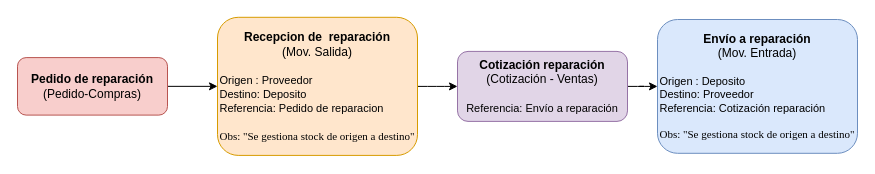
Before: page "Reparacion" (3 of 3) of Untitled Diagram.drawio in GJRusso/TMG, a draw.io diagram. Source tidied: cells renumbered, new cells numbered last; positions are measured from the earlier drawing's top-left corner, leaving out a move shared by most shapes. Both pictures are drawn from the tidied source at 100%, with x=0, y=0 at pixel (17, 17).
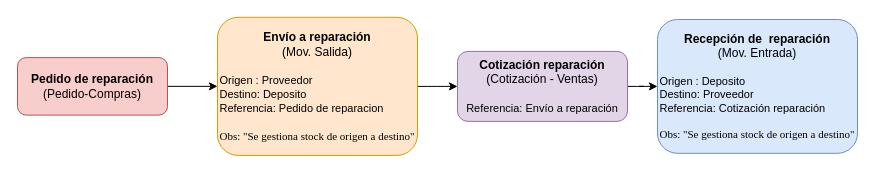
The same diagram, later.

Commit message:
Corrección de títulos en reparación

What changed in the source:
```diff
@@
 <mxGraphModel>
   <root>
     <mxCell id="0" />
     <mxCell id="1" parent="0" />
-    <mxCell id="2" value="&lt;b&gt;Envío&amp;nbsp;a reparación&lt;/b&gt;&lt;br&gt;(Mov. Entrada)&lt;br&gt;&lt;br&gt;&lt;div style=&quot;text-align: left ; font-size: 11px&quot;&gt;Origen : Deposito&lt;/div&gt;&lt;div style=&quot;text-align: left ; font-size: 11px&quot;&gt;Destino: Proveedor&lt;/div&gt;&lt;div style=&quot;text-align: left ; font-size: 11px&quot;&gt;Referencia: Cotización reparación&lt;/div&gt;&lt;div style=&quot;text-align: left ; font-size: 11px&quot;&gt;&lt;br&gt;&lt;/div&gt;&lt;div style=&quot;text-align: justify ; font-size: 11px&quot;&gt;&lt;font face=&quot;Times New Roman&quot;&gt;Obs: &quot;Se gestiona stock de origen a destino&quot;&lt;/font&gt;&lt;/div&gt;" style="rounded=1;whiteSpace=wrap;html=1;fillColor=#dae8fc;strokeColor=#6c8ebf;" parent="1" vertex="1">
+    <mxCell id="2" value="&lt;b&gt;Recepción&amp;nbsp;de&amp;nbsp; reparación&lt;/b&gt;&lt;br&gt;(Mov. Entrada)&lt;br&gt;&lt;br&gt;&lt;div style=&quot;text-align: left ; font-size: 11px&quot;&gt;Origen : Deposito&lt;/div&gt;&lt;div style=&quot;text-align: left ; font-size: 11px&quot;&gt;Destino: Proveedor&lt;/div&gt;&lt;div style=&quot;text-align: left ; font-size: 11px&quot;&gt;Referencia: Cotización reparación&lt;/div&gt;&lt;div style=&quot;text-align: left ; font-size: 11px&quot;&gt;&lt;br&gt;&lt;/div&gt;&lt;div style=&quot;text-align: justify ; font-size: 11px&quot;&gt;&lt;font face=&quot;Times New Roman&quot;&gt;Obs: &quot;Se gestiona stock de origen a destino&quot;&lt;/font&gt;&lt;/div&gt;" style="rounded=1;whiteSpace=wrap;html=1;fillColor=#dae8fc;strokeColor=#6c8ebf;" parent="1" vertex="1">
       <mxGeometry x="640" y="2" width="200" height="133.8" as="geometry" />
     </mxCell>
     <mxCell id="3" style="edgeStyle=orthogonalEdgeStyle;rounded=1;jettySize=auto;html=1;" parent="1" edge="1" source="4" target="8">
       <mxGeometry relative="1" as="geometry" />
     </mxCell>
-    <mxCell id="4" value="&lt;b&gt;Recepcion de&amp;nbsp; reparación&lt;/b&gt;&lt;br&gt;(Mov. Salida)&lt;br&gt;&lt;br&gt;&lt;div style=&quot;text-align: left&quot;&gt;&lt;span style=&quot;font-size: 11px&quot;&gt;Origen&lt;/span&gt;&lt;span style=&quot;font-size: 11px&quot;&gt;&amp;nbsp;: Proveedor&lt;/span&gt;&lt;/div&gt;&lt;div style=&quot;text-align: left ; font-size: 11px&quot;&gt;&lt;span&gt;&lt;font style=&quot;font-size: 11px&quot;&gt;Destino: Deposito&lt;/font&gt;&lt;/span&gt;&lt;/div&gt;&lt;div style=&quot;text-align: left&quot;&gt;&lt;font&gt;&lt;span style=&quot;font-size: 11px&quot;&gt;Referencia: Pedido de reparacion&lt;/span&gt;&lt;/font&gt;&lt;/div&gt;&lt;div style=&quot;text-align: left&quot;&gt;&lt;span style=&quot;font-size: 11px&quot;&gt;&lt;br&gt;&lt;/span&gt;&lt;/div&gt;&lt;div style=&quot;text-align: left ; font-size: 11px&quot;&gt;&lt;span style=&quot;font-family: &amp;#34;times new roman&amp;#34; ; text-align: justify&quot;&gt;Obs: &quot;Se gestiona stock de origen a destino&quot;&lt;/span&gt;&lt;span&gt;&lt;font style=&quot;font-size: 11px&quot;&gt;&lt;br&gt;&lt;/font&gt;&lt;/span&gt;&lt;/div&gt;" style="rounded=1;whiteSpace=wrap;html=1;fillColor=#ffe6cc;strokeColor=#d79b00;" parent="1" vertex="1">
+    <mxCell id="4" value="&lt;b&gt;Envío&amp;nbsp;a reparación&lt;/b&gt;&lt;br&gt;(Mov. Salida)&lt;br&gt;&lt;br&gt;&lt;div style=&quot;text-align: left&quot;&gt;&lt;span style=&quot;font-size: 11px&quot;&gt;Origen&lt;/span&gt;&lt;span style=&quot;font-size: 11px&quot;&gt;&amp;nbsp;: Proveedor&lt;/span&gt;&lt;/div&gt;&lt;div style=&quot;text-align: left ; font-size: 11px&quot;&gt;&lt;span&gt;&lt;font style=&quot;font-size: 11px&quot;&gt;Destino: Deposito&lt;/font&gt;&lt;/span&gt;&lt;/div&gt;&lt;div style=&quot;text-align: left&quot;&gt;&lt;font&gt;&lt;span style=&quot;font-size: 11px&quot;&gt;Referencia: Pedido de reparacion&lt;/span&gt;&lt;/font&gt;&lt;/div&gt;&lt;div style=&quot;text-align: left&quot;&gt;&lt;span style=&quot;font-size: 11px&quot;&gt;&lt;br&gt;&lt;/span&gt;&lt;/div&gt;&lt;div style=&quot;text-align: left ; font-size: 11px&quot;&gt;&lt;span style=&quot;font-family: &amp;#34;times new roman&amp;#34; ; text-align: justify&quot;&gt;Obs: &quot;Se gestiona stock de origen a destino&quot;&lt;/span&gt;&lt;span&gt;&lt;font style=&quot;font-size: 11px&quot;&gt;&lt;br&gt;&lt;/font&gt;&lt;/span&gt;&lt;/div&gt;" style="rounded=1;whiteSpace=wrap;html=1;fillColor=#ffe6cc;strokeColor=#d79b00;" parent="1" vertex="1">
       <mxGeometry x="200" y="-0.2" width="200" height="138.1" as="geometry" />
     </mxCell>
     <mxCell id="5" style="edgeStyle=orthogonalEdgeStyle;rounded=1;jettySize=auto;html=1;" parent="1" edge="1" source="6" target="4">
       <mxGeometry relative="1" as="geometry" />
     </mxCell>
     <mxCell id="6" value="&lt;b&gt;Pedido de reparación&lt;/b&gt;&lt;br&gt;(Pedido-Compras)" style="rounded=1;whiteSpace=wrap;html=1;fillColor=#f8cecc;strokeColor=#b85450;" parent="1" vertex="1">
       <mxGeometry y="40.1" width="150" height="57.5" as="geometry" />
     </mxCell>
     <mxCell id="7" style="edgeStyle=orthogonalEdgeStyle;rounded=1;jettySize=auto;html=1;" parent="1" edge="1" source="8" target="2">
       <mxGeometry relative="1" as="geometry" />
     </mxCell>
     <mxCell id="8" value="&lt;b&gt;Cotización reparación&lt;/b&gt;&lt;br&gt;(Cotización - Ventas)&lt;br&gt;&lt;br&gt;&lt;div style=&quot;text-align: left&quot;&gt;&lt;span style=&quot;font-size: 11px&quot;&gt;Referencia: Envío a&amp;nbsp;&lt;/span&gt;&lt;span style=&quot;font-size: 11px&quot;&gt;reparación&lt;/span&gt;&lt;/div&gt;" style="rounded=1;whiteSpace=wrap;html=1;fillColor=#e1d5e7;strokeColor=#9673a6;" parent="1" vertex="1">
       <mxGeometry x="440" y="33.9" width="170" height="70" as="geometry" />
     </mxCell>
   </root>
 </mxGraphModel>
```
